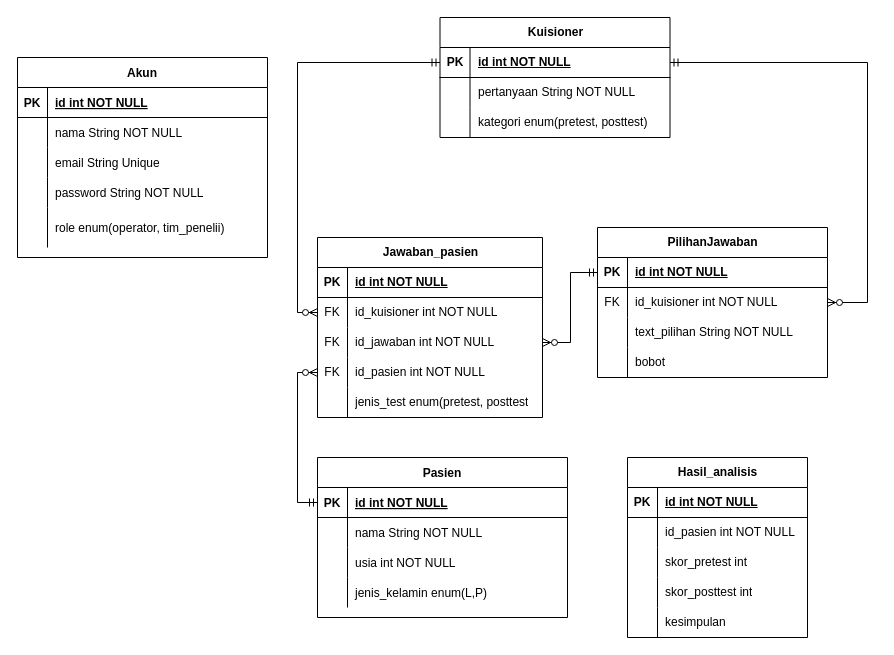
Earlier version of the draw.io diagram Untitled Diagram.drawio (zzarr/Tugas-Akhir). Source tidied: cells renumbered, new cells numbered last; positions are measured from the earlier drawing's top-left corner, leaving out a move shared by most shapes. Both pictures are drawn from the tidied source at 100%, with x=0, y=0 at pixel (17, 17).
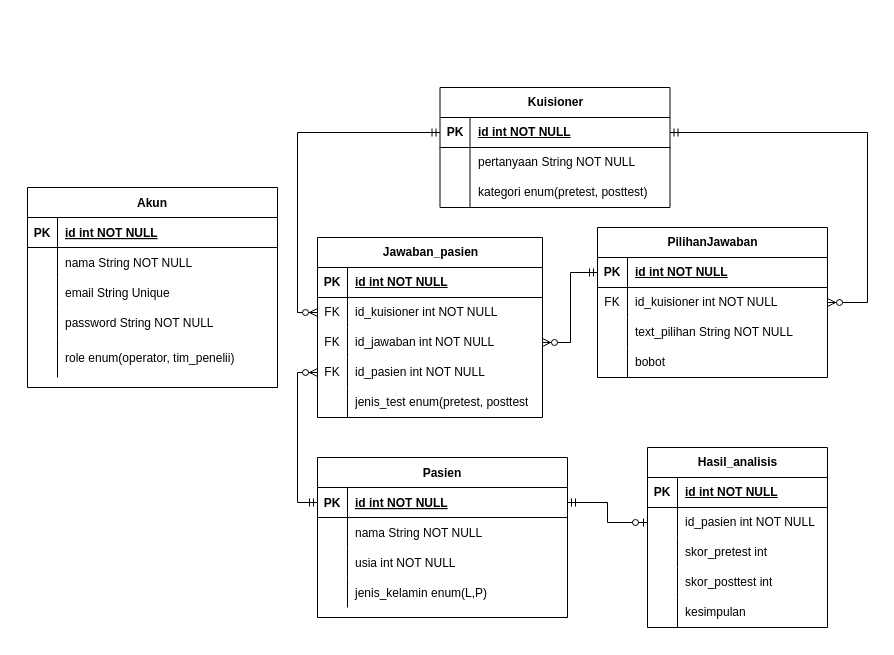
The same diagram, later.

Unchanged cells that the change refers to:
```xml
<mxCell id="3" style="shape=partialRectangle;fillColor=none;points=[[0,0.5],[1,0.5]];portConstraint=eastwest;top=0;left=0;right=0;bottom=1;" parent="2" vertex="1">
  <mxGeometry y="30" width="250" height="30" as="geometry" />
</mxCell>
<mxCell id="78" style="shape=tableRow;horizontal=0;startSize=0;swimlaneHead=0;swimlaneBody=0;fillColor=none;points=[[0,0.5],[1,0.5]];portConstraint=eastwest;top=0;left=0;right=0;bottom=0;" parent="74" vertex="1">
  <mxGeometry y="60" width="180" height="30" as="geometry" />
</mxCell>
```

Change to the diagram source:
```diff
@@
     <mxCell id="15" value="Akun" style="shape=table;startSize=30;childLayout=tableLayout;rowLines=0;fontStyle=1;align=center;" parent="1" vertex="1">
-      <mxGeometry y="40" width="250" height="200" as="geometry" />
+      <mxGeometry x="10" y="170" width="250" height="200" as="geometry" />
     </mxCell>
@@
     <mxCell id="31" value="Kuisioner" style="shape=table;startSize=30;childLayout=tableLayout;rowLines=0;fontStyle=1;align=center;html=1;" parent="1" vertex="1">
-      <mxGeometry x="422.5" width="230" height="120" as="geometry" />
+      <mxGeometry x="422.5" y="70" width="230" height="120" as="geometry" />
     </mxCell>
@@
     <mxCell id="74" value="Hasil_analisis" style="shape=table;startSize=30;childLayout=tableLayout;rowLines=0;fontStyle=1;align=center;html=1;" parent="1" vertex="1">
-      <mxGeometry x="610" y="440" width="180" height="180" as="geometry" />
+      <mxGeometry x="630" y="430" width="180" height="180" as="geometry" />
     </mxCell>
@@
+    <mxCell id="90" style="edgeStyle=elbowEdgeStyle;fontSize=12;html=1;endArrow=ERzeroToOne;startArrow=ERmandOne;rounded=0;exitX=1;exitY=0.5;exitDx=0;exitDy=0;entryX=0;entryY=0.5;entryDx=0;entryDy=0;" parent="1" edge="1" source="3" target="78">
+      <mxGeometry relative="1" as="geometry" />
+    </mxCell>
```
